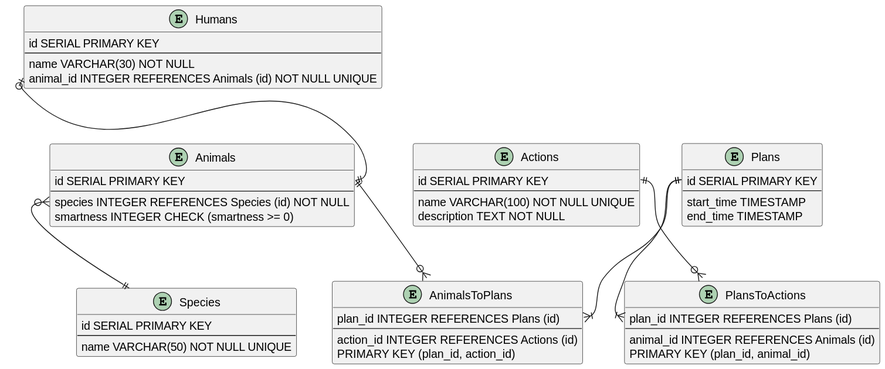
Mam-sDeveloper-ITMO/DB keeps this PlantUML diagram as lab0/assets/Data Model.svg. Above is the earlier version.
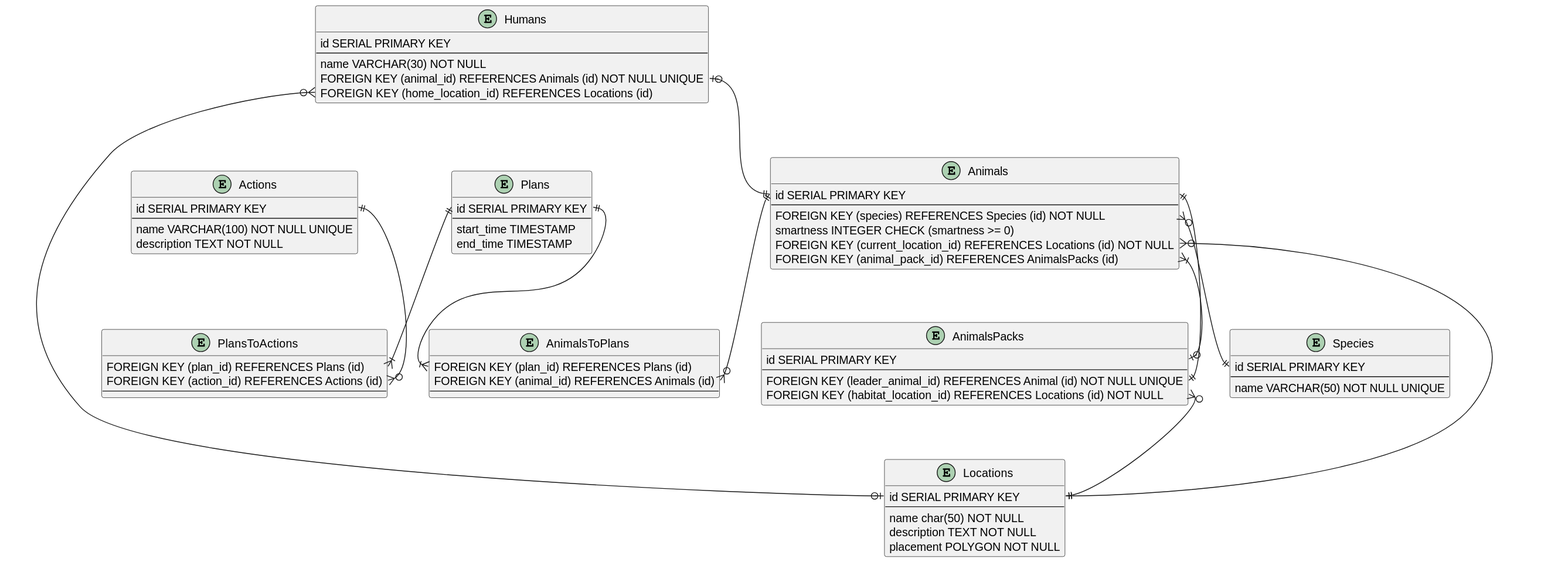
After the change.

Change to the diagram source:
```diff
@@ -4,29 +4,30 @@
     id SERIAL PRIMARY KEY
     --
     name VARCHAR(30) NOT NULL
-    animal_id INTEGER REFERENCES Animals (id) NOT NULL UNIQUE
+    FOREIGN KEY (animal_id) REFERENCES Animals (id) NOT NULL UNIQUE
+    FOREIGN KEY (home_location_id) REFERENCES Locations (id)
 }
 
 entity AnimalsToPlans {
-    plan_id INTEGER REFERENCES Plans (id)
+    FOREIGN KEY (plan_id) REFERENCES Plans (id)
+    FOREIGN KEY (animal_id) REFERENCES Animals (id)
     --
-    action_id INTEGER REFERENCES Actions (id)
-    PRIMARY KEY (plan_id, action_id)
 }
 
 
 entity Animals {
     id SERIAL PRIMARY KEY
     --
-    species INTEGER REFERENCES Species (id) NOT NULL
+    FOREIGN KEY (species) REFERENCES Species (id) NOT NULL
     smartness INTEGER CHECK (smartness >= 0)
+    FOREIGN KEY (current_location_id) REFERENCES Locations (id) NOT NULL
+    FOREIGN KEY (animal_pack_id) REFERENCES AnimalsPacks (id)
 }
 
 entity PlansToActions {
-    plan_id INTEGER REFERENCES Plans (id)
+    FOREIGN KEY (plan_id) REFERENCES Plans (id)
+    FOREIGN KEY (action_id) REFERENCES Actions (id)
     --
-    animal_id INTEGER REFERENCES Animals (id)
-    PRIMARY KEY (plan_id, animal_id)
 }
 
 entity Species {
@@ -49,10 +50,28 @@
     end_time TIMESTAMP
 }
 
+entity Locations {
+    id SERIAL PRIMARY KEY
+    --
+    name char(50) NOT NULL
+    description TEXT NOT NULL
+    placement POLYGON NOT NULL
+}
+
+entity AnimalsPacks {
+    id SERIAL PRIMARY KEY
+    --
+    FOREIGN KEY (leader_animal_id) REFERENCES Animal (id) NOT NULL UNIQUE
+    FOREIGN KEY (habitat_location_id) REFERENCES Locations (id) NOT NULL
+}
+
 
 Humans::animal_id |o--|| Animals::id
+Humans::home_location_id }o--o| Locations::id
 
-Animals::species }o--|| Species
+Animals::species }o--|| Species::id
+Animals::current_location_id }o--|| Locations::id
+Animals::animal_pack_id }|--o| AnimalsPacks::id
 
 Animals::id ||--o{ AnimalsToPlans::animal_id
 Plans::id ||--|{ AnimalsToPlans::plan_id
@@ -60,4 +79,8 @@
 Plans::id ||--|{ PlansToActions::plan_id
 Actions::id ||--o{ PlansToActions::action_id
 
+AnimalsPacks::leader_animal_id ||--|| Animals::id
+
+AnimalsPacks::habitat_location_id }o--|| Locations::id
+
 @enduml
```
